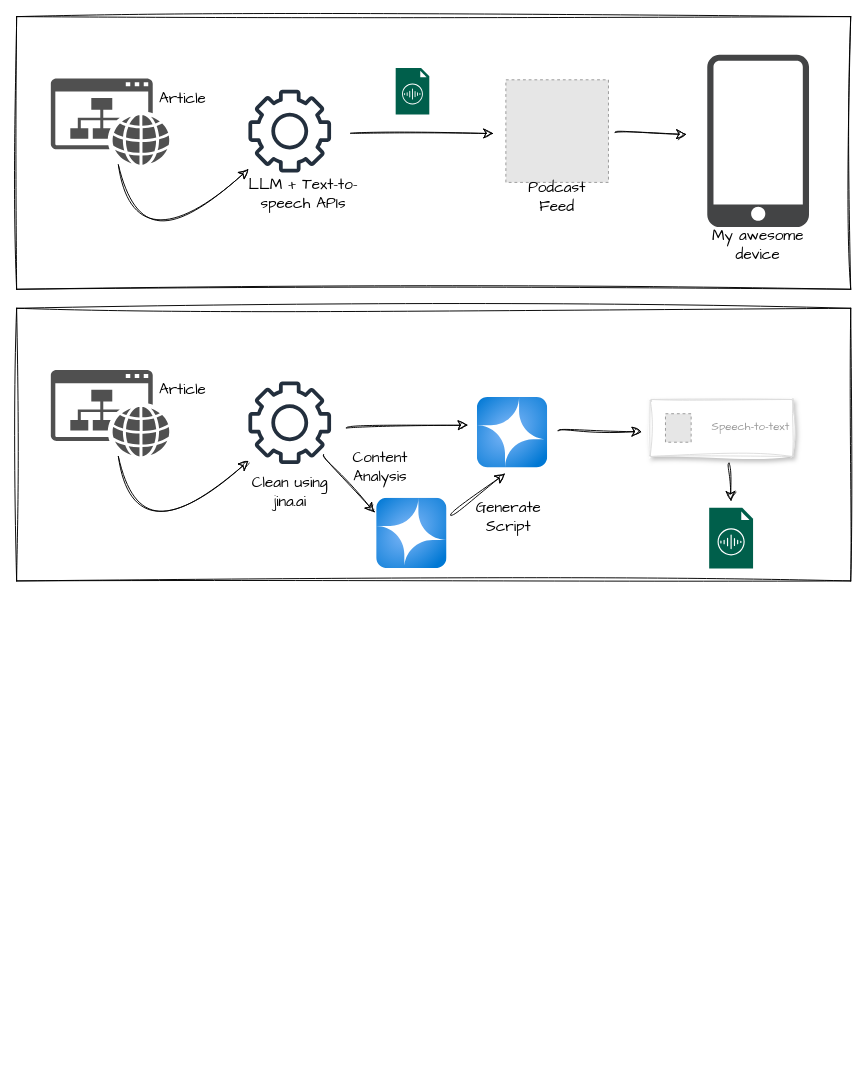
dhruvbaldawa/diagrams keeps this draw.io diagram as Untitled Diagram.drawio. Above is the earlier version. Source tidied: cells renumbered, new cells numbered last; positions are measured from the earlier drawing's top-left corner, leaving out a move shared by most shapes. Both pictures are drawn from the tidied source at 95%, with x=0, y=0 at pixel (16, 16). Pictures stored in the file or linked from it are replaced by grey dashed boxes.
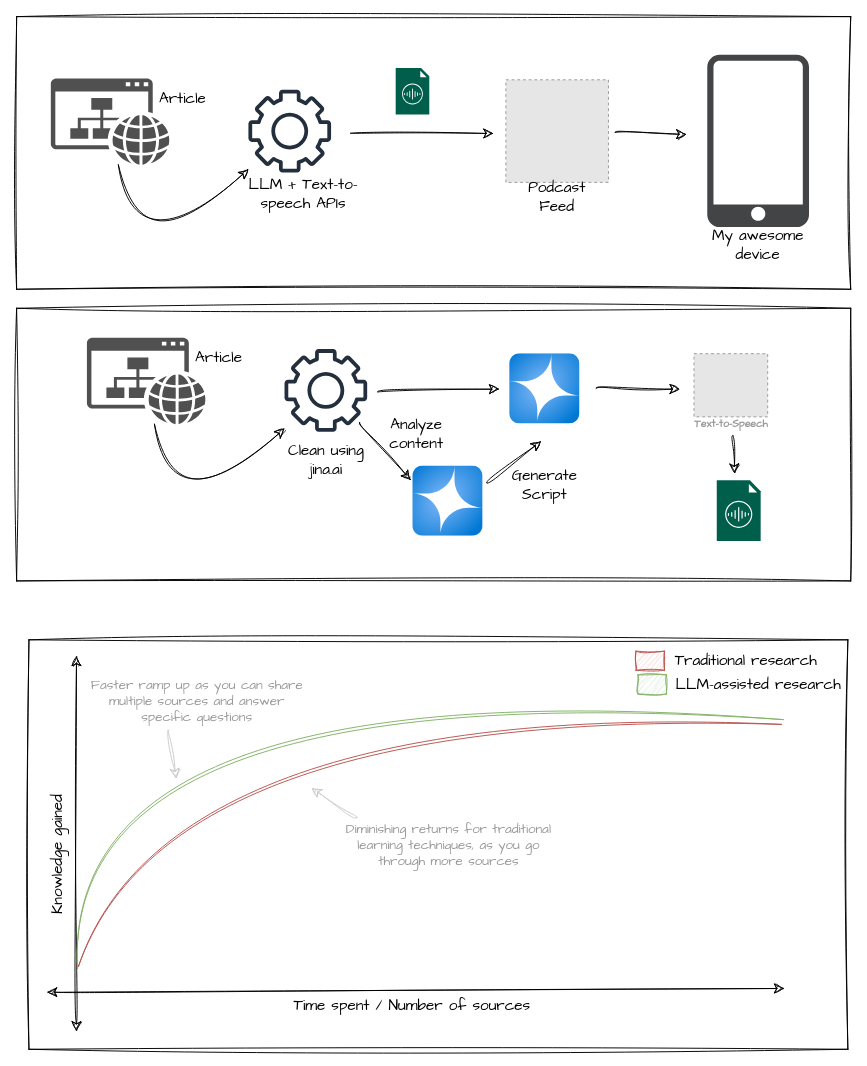
The same page after the edit.

Diff of the diagram source:
```diff
@@
     <mxCell id="16" style="sketch=0;shadow=0;dashed=0;html=1;strokeColor=none;fillColor=#505050;labelPosition=center;verticalLabelPosition=bottom;verticalAlign=top;outlineConnect=0;align=center;shape=mxgraph.office.concepts.website;hachureGap=4;jiggle=2;curveFitting=1;fontFamily=Architects Daughter;" parent="1" vertex="1">
-      <mxGeometry x="36" y="372" width="125" height="91" as="geometry" />
+      <mxGeometry x="74" y="338" width="125" height="91" as="geometry" />
     </mxCell>
     <mxCell id="17" value="Article" style="text;html=1;align=center;verticalAlign=middle;whiteSpace=wrap;rounded=0;fontSize=16;fontFamily=Architects Daughter;" parent="1" vertex="1">
-      <mxGeometry x="145" y="378" width="60" height="30" as="geometry" />
+      <mxGeometry x="183" y="344" width="60" height="30" as="geometry" />
     </mxCell>
     <mxCell id="18" style="sketch=0;outlineConnect=0;fontColor=#232F3E;gradientColor=none;fillColor=#232F3D;strokeColor=none;dashed=0;verticalLabelPosition=bottom;verticalAlign=top;align=center;html=1;fontSize=12;fontStyle=0;shape=mxgraph.aws4.gear;hachureGap=4;jiggle=2;curveFitting=1;fontFamily=Architects Daughter;" parent="1" vertex="1">
-      <mxGeometry x="244" y="384" width="87" height="87" as="geometry" />
+      <mxGeometry x="282" y="350" width="87" height="87" as="geometry" />
     </mxCell>
     <mxCell id="19" style="curved=1;endArrow=classic;html=1;rounded=0;sketch=1;hachureGap=4;jiggle=2;curveFitting=1;fontFamily=Architects Daughter;fontSize=12;startSize=8;endSize=8;" parent="1" edge="1" source="16" target="18">
       <mxGeometry relative="1" as="geometry">
         <Array as="points">
-          <mxPoint x="128" y="574" />
+          <mxPoint x="166" y="540" />
         </Array>
       </mxGeometry>
     </mxCell>
     <mxCell id="20" style="endArrow=classic;html=1;rounded=0;sketch=1;hachureGap=4;jiggle=2;curveFitting=1;fontFamily=Architects Daughter;fontSize=12;startSize=8;endSize=8;curved=1;" parent="1" edge="1">
       <mxGeometry relative="1" as="geometry">
-        <mxPoint x="323" y="461" as="sourcePoint" />
-        <mxPoint x="377" y="522" as="targetPoint" />
+        <mxPoint x="361" y="427" as="sourcePoint" />
+        <mxPoint x="415" y="488" as="targetPoint" />
       </mxGeometry>
     </mxCell>
     <mxCell id="21" value="Clean using jina.ai" style="text;html=1;align=center;verticalAlign=middle;whiteSpace=wrap;rounded=0;fontSize=16;fontFamily=Architects Daughter;" parent="1" vertex="1">
-      <mxGeometry x="229" y="479" width="118" height="43" as="geometry" />
+      <mxGeometry x="267" y="445" width="118" height="43" as="geometry" />
     </mxCell>
     <mxCell id="22" style="image;html=1;align=center;fontSize=12;image=img/lib/azure2/ai_machine_learning/Azure_OpenAI.svg;sketch=1;hachureGap=4;jiggle=2;curveFitting=1;fontFamily=Architects Daughter;" parent="1" vertex="1">
-      <mxGeometry x="379" y="507" width="74" height="74" as="geometry" />
+      <mxGeometry x="417" y="473" width="74" height="74" as="geometry" />
     </mxCell>
-    <mxCell id="23" value="Content Analysis" style="text;html=1;align=center;verticalAlign=middle;whiteSpace=wrap;rounded=0;fontSize=16;fontFamily=Architects Daughter;" parent="1" vertex="1">
-      <mxGeometry x="353" y="459" width="60" height="30" as="geometry" />
+    <mxCell id="23" value="Analyze content" style="text;html=1;align=center;verticalAlign=middle;whiteSpace=wrap;rounded=0;fontSize=16;fontFamily=Architects Daughter;" parent="1" vertex="1">
+      <mxGeometry x="391" y="425" width="60" height="30" as="geometry" />
     </mxCell>
     <mxCell id="24" style="image;html=1;align=center;fontSize=12;image=img/lib/azure2/ai_machine_learning/Azure_OpenAI.svg;sketch=1;hachureGap=4;jiggle=2;curveFitting=1;fontFamily=Architects Daughter;" parent="1" vertex="1">
-      <mxGeometry x="485" y="401" width="74" height="74" as="geometry" />
+      <mxGeometry x="519" y="354.8" width="74" height="74" as="geometry" />
     </mxCell>
     <mxCell id="25" style="endArrow=classic;html=1;rounded=0;sketch=1;hachureGap=4;jiggle=2;curveFitting=1;fontFamily=Architects Daughter;fontSize=12;startSize=8;endSize=8;curved=1;" parent="1" edge="1">
       <mxGeometry relative="1" as="geometry">
-        <mxPoint x="570" y="436" as="sourcePoint" />
-        <mxPoint x="658" y="437" as="targetPoint" />
+        <mxPoint x="610" y="391.2" as="sourcePoint" />
+        <mxPoint x="698" y="392.2" as="targetPoint" />
       </mxGeometry>
     </mxCell>
     <mxCell id="26" style="curved=1;endArrow=classic;html=1;rounded=0;sketch=1;hachureGap=4;jiggle=2;curveFitting=1;fontFamily=Architects Daughter;fontSize=12;startSize=8;endSize=8;" parent="1" edge="1">
       <mxGeometry relative="1" as="geometry">
-        <mxPoint x="347" y="433" as="sourcePoint" />
-        <mxPoint x="475" y="430" as="targetPoint" />
+        <mxPoint x="380" y="395" as="sourcePoint" />
+        <mxPoint x="508" y="392" as="targetPoint" />
       </mxGeometry>
     </mxCell>
-    <mxCell id="27" style="strokeColor=#dddddd;shadow=1;strokeWidth=1;rounded=1;absoluteArcSize=1;arcSize=2;sketch=1;hachureGap=4;jiggle=2;curveFitting=1;fontFamily=Architects Daughter;" parent="1" vertex="1">
-      <mxGeometry x="667" y="403" width="150" height="60" as="geometry" />
-    </mxCell>
-    <mxCell id="28" value="Speech-to-text" style="fillColor=#E6E6E6;strokeColor=#999999;dashed=1;html=1;fontColor=#999999;verticalLabelPosition=middle;verticalAlign=middle;labelPosition=right;align=left;spacingLeft=20;fontFamily=Architects Daughter;" parent="27" vertex="1">
-      <mxGeometry width="27" height="30" relative="1" as="geometry">
-        <mxPoint x="16" y="15" as="offset" />
-      </mxGeometry>
-    </mxCell>
     <mxCell id="29" style="endArrow=classic;html=1;rounded=0;sketch=1;hachureGap=4;jiggle=2;curveFitting=1;fontFamily=Architects Daughter;fontSize=12;startSize=8;endSize=8;curved=1;" parent="1" edge="1">
       <mxGeometry relative="1" as="geometry">
-        <mxPoint x="457" y="525" as="sourcePoint" />
-        <mxPoint x="514" y="481" as="targetPoint" />
+        <mxPoint x="495" y="491" as="sourcePoint" />
+        <mxPoint x="552" y="447" as="targetPoint" />
       </mxGeometry>
     </mxCell>
     <mxCell id="30" value="Generate Script" style="text;html=1;align=center;verticalAlign=middle;whiteSpace=wrap;rounded=0;fontSize=16;fontFamily=Architects Daughter;" parent="1" vertex="1">
-      <mxGeometry x="488" y="512" width="60" height="30" as="geometry" />
+      <mxGeometry x="526" y="478" width="60" height="30" as="geometry" />
     </mxCell>
     <mxCell id="31" style="sketch=0;shadow=0;dashed=0;html=1;strokeColor=none;fillColor=#005F4B;labelPosition=center;verticalLabelPosition=bottom;verticalAlign=top;align=center;shape=mxgraph.veeam2.audio_file;hachureGap=4;jiggle=2;curveFitting=1;fontFamily=Architects Daughter;" parent="1" vertex="1">
-      <mxGeometry x="729" y="517" width="46.2" height="64" as="geometry" />
+      <mxGeometry x="737" y="488" width="46.2" height="64" as="geometry" />
     </mxCell>
     <mxCell id="32" style="endArrow=classic;html=1;rounded=0;sketch=1;hachureGap=4;jiggle=2;curveFitting=1;fontFamily=Architects Daughter;fontSize=12;startSize=8;endSize=8;curved=1;" parent="1" edge="1">
       <mxGeometry relative="1" as="geometry">
-        <mxPoint x="750" y="470" as="sourcePoint" />
-        <mxPoint x="752" y="510" as="targetPoint" />
+        <mxPoint x="754" y="441" as="sourcePoint" />
+        <mxPoint x="756" y="481" as="targetPoint" />
       </mxGeometry>
     </mxCell>
+    <mxCell id="33" value="Text-to-Speech" style="fillColor=#E6E6E6;strokeColor=#999999;dashed=1;html=1;verticalAlign=top;labelPosition=center;verticalLabelPosition=bottom;align=center;spacingTop=-6;fontSize=11;fontStyle=1;fontColor=#999999;fontFamily=Architects Daughter;" parent="1" vertex="1">
+      <mxGeometry x="713" y="354.8" width="77.6" height="66.5" as="geometry" />
+    </mxCell>
+    <mxCell id="34" style="rounded=0;whiteSpace=wrap;html=1;sketch=1;hachureGap=4;jiggle=2;curveFitting=1;fontFamily=Architects Daughter;" parent="1" vertex="1">
+      <mxGeometry x="13" y="656" width="862" height="431" as="geometry" />
+    </mxCell>
+    <mxCell id="35" style="endArrow=classic;startArrow=classic;html=1;rounded=0;sketch=1;hachureGap=4;jiggle=2;curveFitting=1;fontFamily=Architects Daughter;fontSize=12;startSize=8;endSize=8;curved=1;" parent="1" edge="1">
+      <mxGeometry relative="1" as="geometry">
+        <mxPoint x="63" y="1068" as="sourcePoint" />
+        <mxPoint x="63" y="673" as="targetPoint" />
+      </mxGeometry>
+    </mxCell>
+    <mxCell id="36" style="endArrow=classic;startArrow=classic;html=1;rounded=0;sketch=1;hachureGap=4;jiggle=2;curveFitting=1;fontFamily=Architects Daughter;fontSize=12;startSize=8;endSize=8;curved=1;" parent="1" edge="1">
+      <mxGeometry relative="1" as="geometry">
+        <mxPoint x="32" y="1027" as="sourcePoint" />
+        <mxPoint x="808" y="1023" as="targetPoint" />
+      </mxGeometry>
+    </mxCell>
+    <mxCell id="37" style="curved=1;endArrow=none;html=1;rounded=0;sketch=1;hachureGap=4;jiggle=2;curveFitting=1;fontFamily=Architects Daughter;fontSize=12;startSize=8;endSize=8;fillColor=#f8cecc;strokeColor=#b85450;endFill=0;" parent="1" edge="1">
+      <mxGeometry relative="1" as="geometry">
+        <mxPoint x="65" y="1000" as="sourcePoint" />
+        <mxPoint x="805" y="745" as="targetPoint" />
+        <Array as="points">
+          <mxPoint x="162" y="721" />
+        </Array>
+      </mxGeometry>
+    </mxCell>
+    <mxCell id="38" style="curved=1;endArrow=none;html=1;rounded=0;sketch=1;hachureGap=4;jiggle=2;curveFitting=1;fontFamily=Architects Daughter;fontSize=12;startSize=8;endSize=8;fillColor=#d5e8d4;strokeColor=#82b366;endFill=0;" parent="1" edge="1">
+      <mxGeometry relative="1" as="geometry">
+        <mxPoint x="64" y="1002" as="sourcePoint" />
+        <mxPoint x="807" y="740" as="targetPoint" />
+        <Array as="points">
+          <mxPoint x="53" y="685" />
+        </Array>
+      </mxGeometry>
+    </mxCell>
+    <mxCell id="39" value="Knowledge gained" style="text;html=1;align=center;verticalAlign=middle;whiteSpace=wrap;rounded=0;fontSize=16;fontFamily=Architects Daughter;rotation=-90;" parent="1" vertex="1">
+      <mxGeometry x="-33" y="867" width="152" height="30" as="geometry" />
+    </mxCell>
+    <mxCell id="40" value="Time spent / Number of sources" style="text;html=1;align=center;verticalAlign=middle;whiteSpace=wrap;rounded=0;fontSize=16;fontFamily=Architects Daughter;rotation=0;" parent="1" vertex="1">
+      <mxGeometry x="279.2" y="1026" width="275" height="30" as="geometry" />
+    </mxCell>
+    <mxCell id="41" style="endArrow=classic;html=1;rounded=0;sketch=1;hachureGap=4;jiggle=2;curveFitting=1;fontFamily=Architects Daughter;fontSize=12;startSize=8;endSize=8;curved=1;strokeColor=#CCCCCC;" parent="1" edge="1">
+      <mxGeometry relative="1" as="geometry">
+        <mxPoint x="358.5" y="843" as="sourcePoint" />
+        <mxPoint x="310.5" y="812" as="targetPoint" />
+      </mxGeometry>
+    </mxCell>
+    <mxCell id="42" value="Diminishing returns for traditional learning techniques, as you go through more sources" style="text;html=1;align=center;verticalAlign=middle;whiteSpace=wrap;rounded=0;fontSize=14;fontFamily=Architects Daughter;fontColor=#999999;" parent="1" vertex="1">
+      <mxGeometry x="341.5" y="858" width="226" height="30" as="geometry" />
+    </mxCell>
+    <mxCell id="43" style="endArrow=classic;html=1;rounded=0;sketch=1;hachureGap=4;jiggle=2;curveFitting=1;fontFamily=Architects Daughter;fontSize=12;startSize=8;endSize=8;curved=1;strokeColor=#CCCCCC;" parent="1" edge="1">
+      <mxGeometry relative="1" as="geometry">
+        <mxPoint x="160" y="751" as="sourcePoint" />
+        <mxPoint x="168" y="802" as="targetPoint" />
+      </mxGeometry>
+    </mxCell>
+    <mxCell id="44" value="Faster ramp up as you can share multiple sources and answer specific questions" style="text;html=1;align=center;verticalAlign=middle;whiteSpace=wrap;rounded=0;fontSize=14;fontFamily=Architects Daughter;fontColor=#999999;" parent="1" vertex="1">
+      <mxGeometry x="77" y="706" width="226" height="30" as="geometry" />
+    </mxCell>
+    <mxCell id="45" style="rounded=0;whiteSpace=wrap;html=1;sketch=1;hachureGap=4;jiggle=2;curveFitting=1;fontFamily=Architects Daughter;fillColor=#f8cecc;strokeColor=#b85450;" parent="1" vertex="1">
+      <mxGeometry x="652" y="668" width="29.9" height="20" as="geometry" />
+    </mxCell>
+    <mxCell id="46" value="Traditional research" style="text;html=1;align=center;verticalAlign=middle;whiteSpace=wrap;rounded=0;fontSize=16;fontFamily=Architects Daughter;" parent="1" vertex="1">
+      <mxGeometry x="682" y="663" width="172" height="30" as="geometry" />
+    </mxCell>
+    <mxCell id="47" style="rounded=0;whiteSpace=wrap;html=1;sketch=1;hachureGap=4;jiggle=2;curveFitting=1;fontFamily=Architects Daughter;fillColor=#d5e8d4;strokeColor=#82b366;" parent="1" vertex="1">
+      <mxGeometry x="654" y="693" width="29.9" height="20" as="geometry" />
+    </mxCell>
+    <mxCell id="48" value="LLM-assisted research" style="text;html=1;align=center;verticalAlign=middle;whiteSpace=wrap;rounded=0;fontSize=16;fontFamily=Architects Daughter;" parent="1" vertex="1">
+      <mxGeometry x="691.5" y="688" width="178" height="30" as="geometry" />
+    </mxCell>
```
